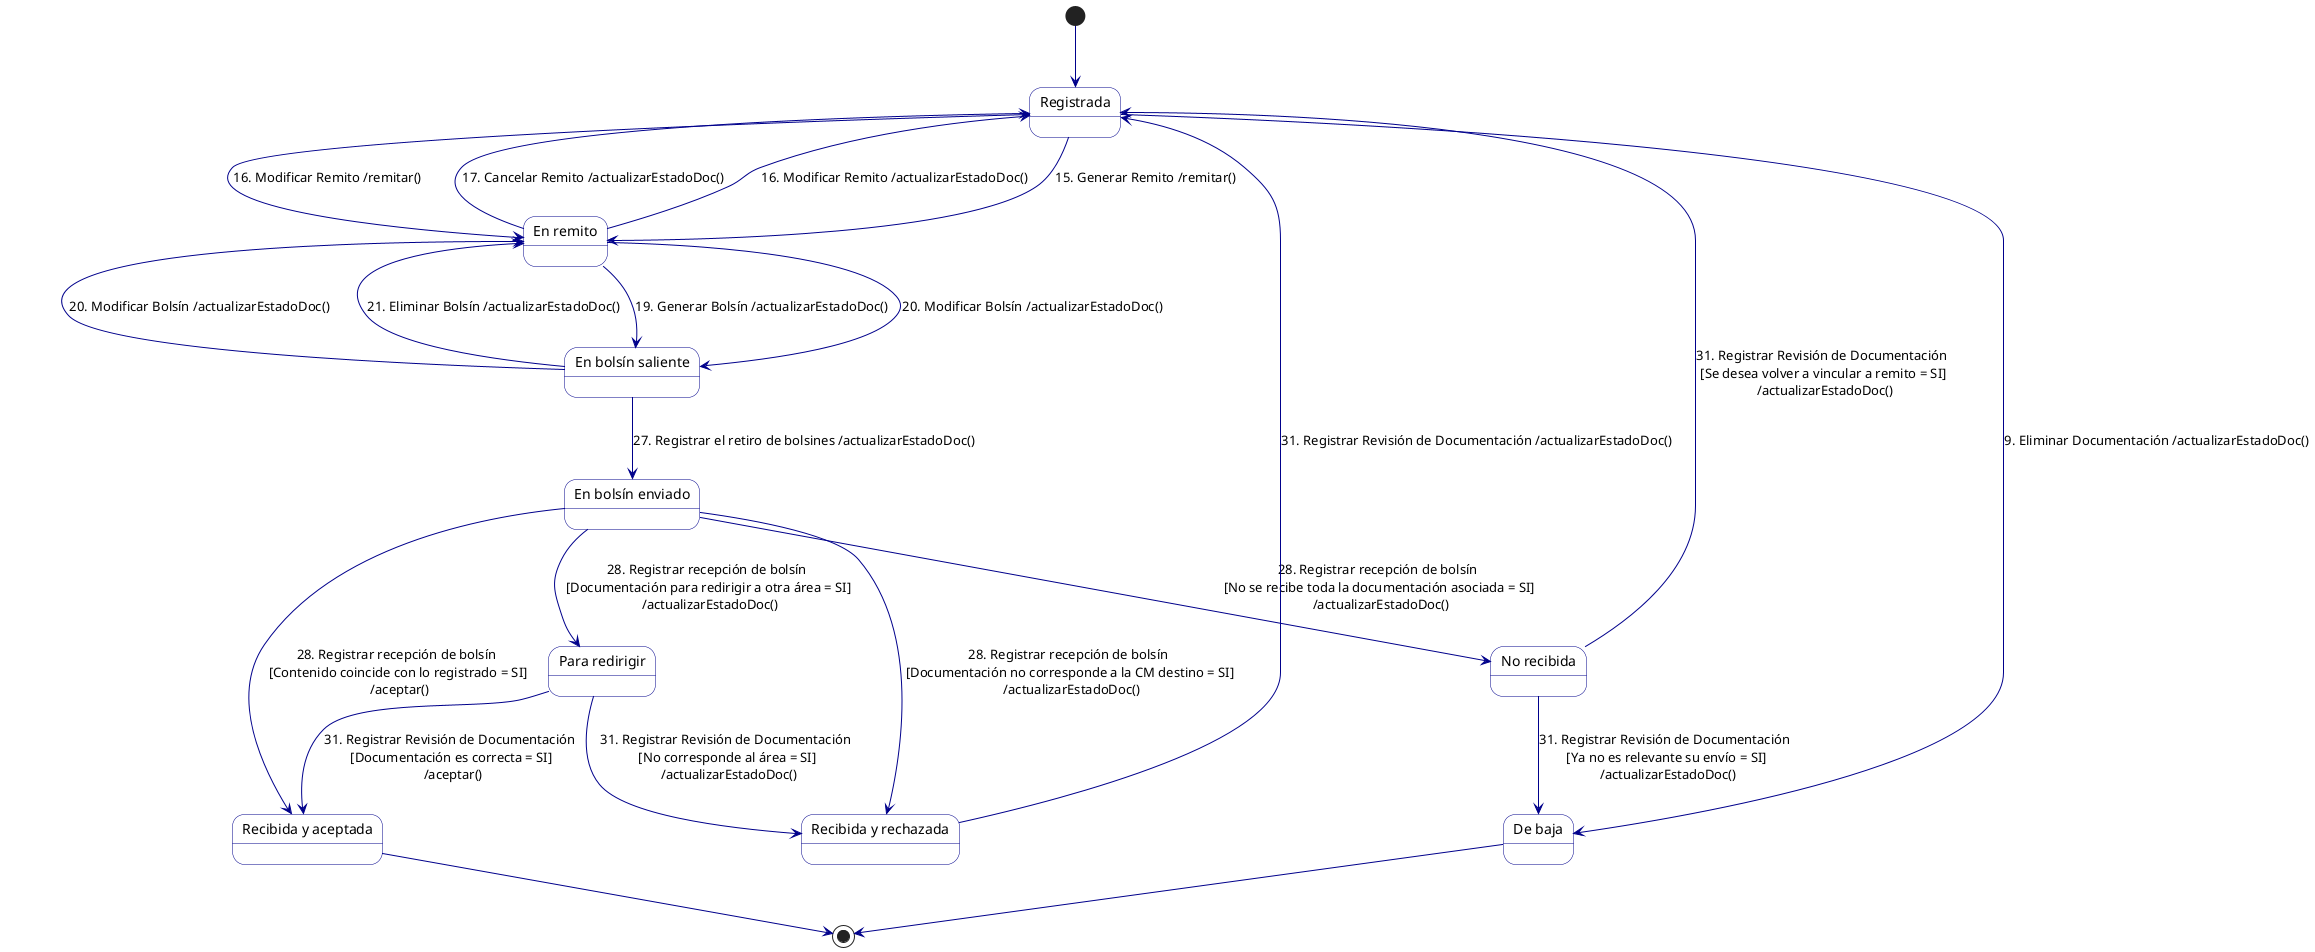
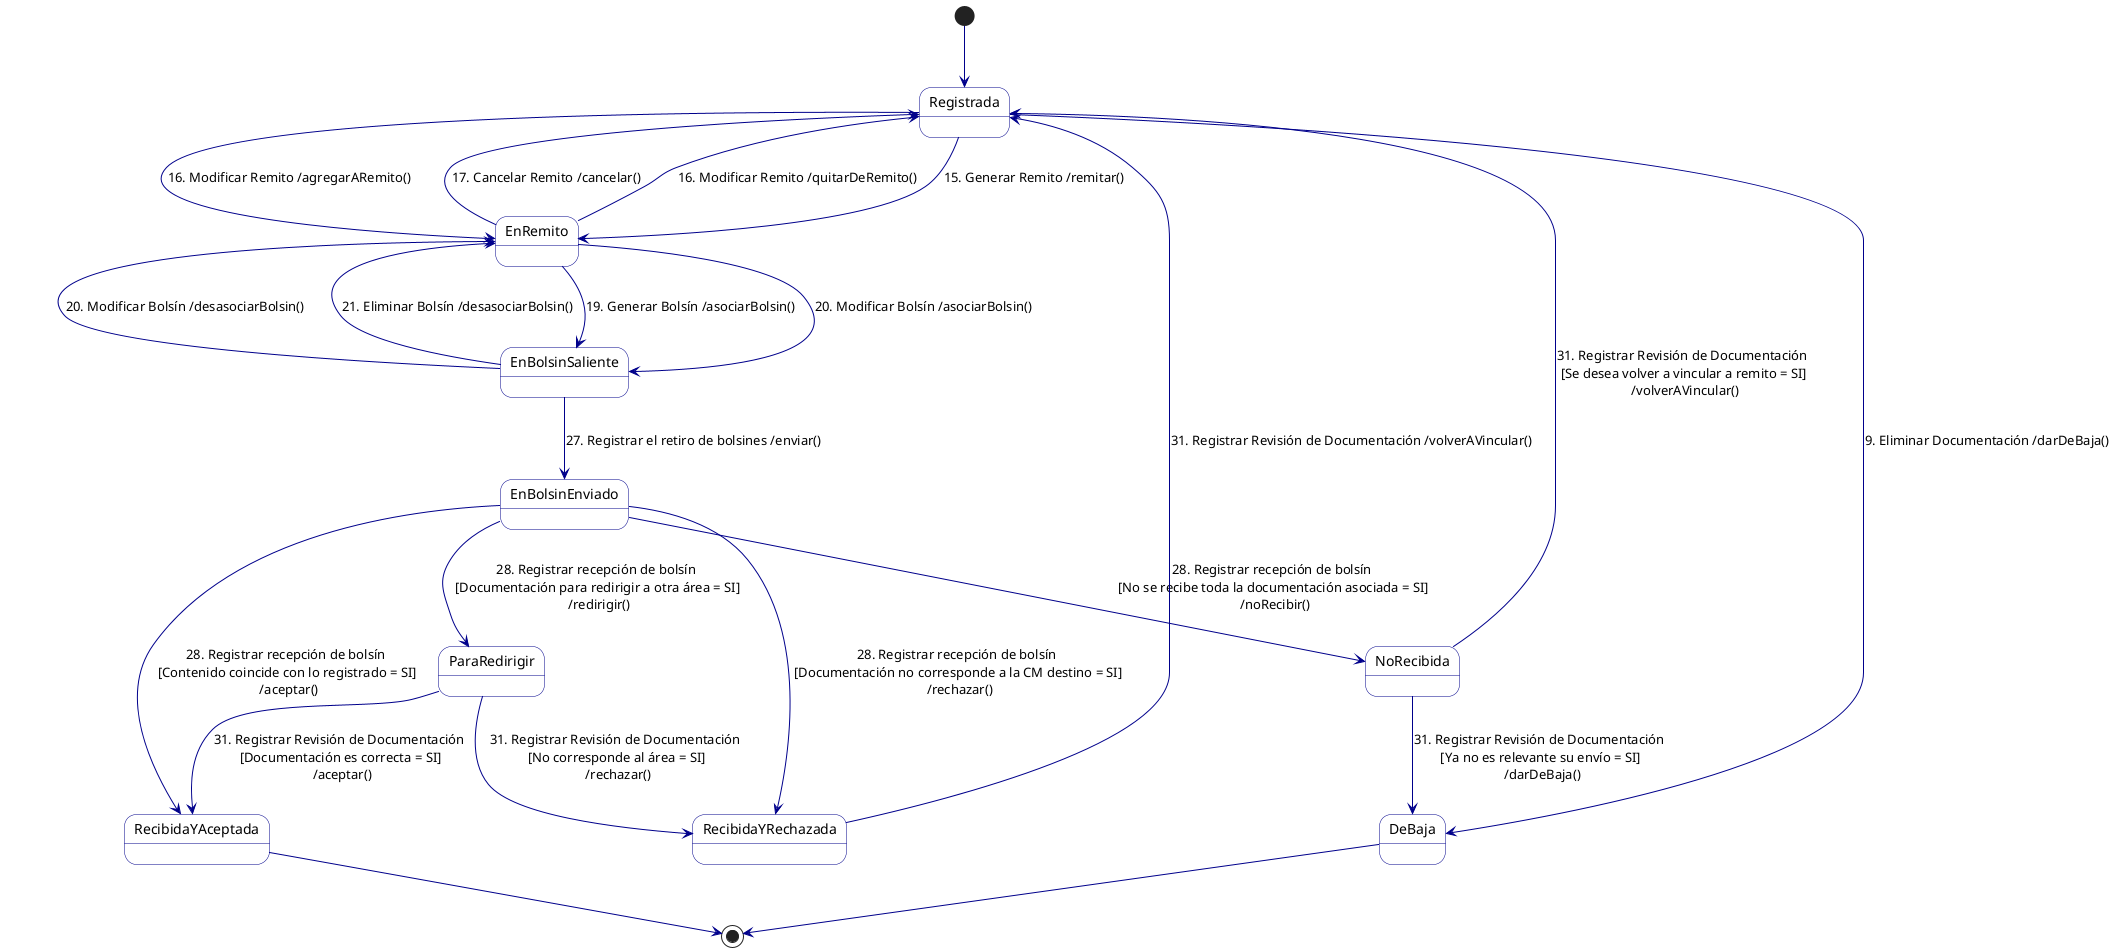
@startuml Maquina de Estados - Documentacion

skinparam stateBorderColor DarkBlue
skinparam stateBackgroundColor White
skinparam arrowColor DarkBlue

- state "Registrada" as Registrada
- state "En remito" as EnRemito
- state "En bolsín saliente" as EnBolsinSaliente
- state "En bolsín enviado" as EnBolsinEnviado
- state "Recibida y aceptada" as RecibidaYAceptada
- state "No recibida" as NoRecibida
- state "Recibida y rechazada" as RecibidaYRechazada
- state "Para redirigir" as ParaRedirigir
- state "De baja" as DeBaja
+ state Registrada
+ state EnRemito
+ state EnBolsinSaliente
+ state EnBolsinEnviado
+ state RecibidaYAceptada
+ state NoRecibida
+ state RecibidaYRechazada
+ state ParaRedirigir
+ state DeBaja

[*] --> Registrada

Registrada --> EnRemito : 15. Generar Remito /remitar()
- Registrada --> EnRemito : 16. Modificar Remito /remitar()
- Registrada --> DeBaja : 9. Eliminar Documentación /actualizarEstadoDoc()
+ Registrada --> EnRemito : 16. Modificar Remito /agregarARemito()
+ Registrada --> DeBaja : 9. Eliminar Documentación /darDeBaja()

- EnRemito --> Registrada : 17. Cancelar Remito /actualizarEstadoDoc()
- EnRemito --> Registrada : 16. Modificar Remito /actualizarEstadoDoc()
- EnRemito --> EnBolsinSaliente : 19. Generar Bolsín /actualizarEstadoDoc()
- EnRemito --> EnBolsinSaliente : 20. Modificar Bolsín /actualizarEstadoDoc()
+ EnRemito --> Registrada : 17. Cancelar Remito /cancelar()
+ EnRemito --> Registrada : 16. Modificar Remito /quitarDeRemito()
+ EnRemito --> EnBolsinSaliente : 19. Generar Bolsín /asociarBolsin()
+ EnRemito --> EnBolsinSaliente : 20. Modificar Bolsín /asociarBolsin()

- EnBolsinSaliente --> EnRemito : 20. Modificar Bolsín /actualizarEstadoDoc()
- EnBolsinSaliente --> EnRemito : 21. Eliminar Bolsín /actualizarEstadoDoc()
- EnBolsinSaliente --> EnBolsinEnviado : 27. Registrar el retiro de bolsines /actualizarEstadoDoc()
+ EnBolsinSaliente --> EnRemito : 20. Modificar Bolsín /desasociarBolsin()
+ EnBolsinSaliente --> EnRemito : 21. Eliminar Bolsín /desasociarBolsin()
+ EnBolsinSaliente --> EnBolsinEnviado : 27. Registrar el retiro de bolsines /enviar()

EnBolsinEnviado --> RecibidaYAceptada : 28. Registrar recepción de bolsín \n [Contenido coincide con lo registrado = SI] \n /aceptar()
- EnBolsinEnviado --> NoRecibida : 28. Registrar recepción de bolsín \n [No se recibe toda la documentación asociada = SI] \n /actualizarEstadoDoc()
- EnBolsinEnviado --> RecibidaYRechazada : 28. Registrar recepción de bolsín \n [Documentación no corresponde a la CM destino = SI] \n /actualizarEstadoDoc()
- EnBolsinEnviado --> ParaRedirigir : 28. Registrar recepción de bolsín \n [Documentación para redirigir a otra área = SI] \n /actualizarEstadoDoc()
+ EnBolsinEnviado --> NoRecibida : 28. Registrar recepción de bolsín \n [No se recibe toda la documentación asociada = SI] \n /noRecibir()
+ EnBolsinEnviado --> RecibidaYRechazada : 28. Registrar recepción de bolsín \n [Documentación no corresponde a la CM destino = SI] \n /rechazar()
+ EnBolsinEnviado --> ParaRedirigir : 28. Registrar recepción de bolsín \n [Documentación para redirigir a otra área = SI] \n /redirigir()

ParaRedirigir --> RecibidaYAceptada : 31. Registrar Revisión de Documentación \n [Documentación es correcta = SI] \n /aceptar()
- ParaRedirigir --> RecibidaYRechazada : 31. Registrar Revisión de Documentación \n [No corresponde al área = SI] \n /actualizarEstadoDoc()
+ ParaRedirigir --> RecibidaYRechazada : 31. Registrar Revisión de Documentación \n [No corresponde al área = SI] \n /rechazar()

- NoRecibida --> Registrada : 31. Registrar Revisión de Documentación \n [Se desea volver a vincular a remito = SI] \n /actualizarEstadoDoc()
- NoRecibida --> DeBaja : 31. Registrar Revisión de Documentación \n [Ya no es relevante su envío = SI] \n /actualizarEstadoDoc()
+ NoRecibida --> Registrada : 31. Registrar Revisión de Documentación \n [Se desea volver a vincular a remito = SI] \n /volverAVincular()
+ NoRecibida --> DeBaja : 31. Registrar Revisión de Documentación \n [Ya no es relevante su envío = SI] \n /darDeBaja()

- RecibidaYRechazada --> Registrada : 31. Registrar Revisión de Documentación /actualizarEstadoDoc()
+ RecibidaYRechazada --> Registrada : 31. Registrar Revisión de Documentación /volverAVincular()

RecibidaYAceptada --> [*]
DeBaja --> [*]

@enduml
